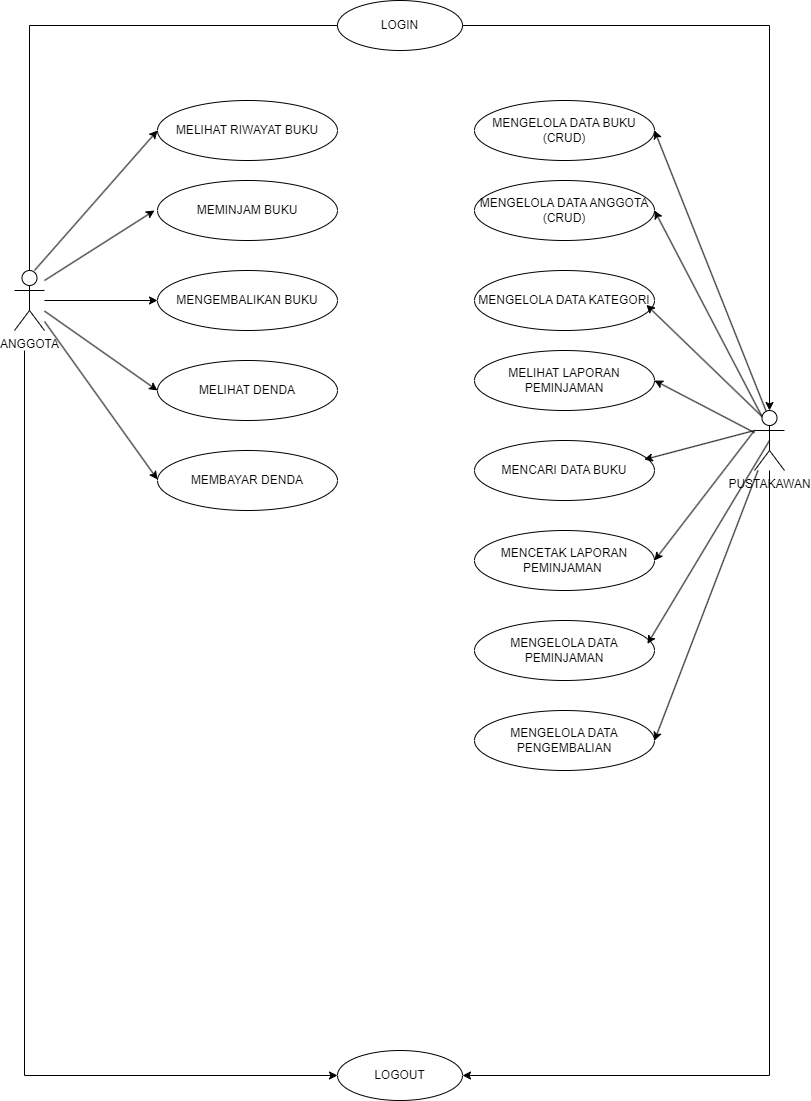
The draw.io diagram usecaseperpus.drawio.png in dheanaura/usecasediagram, before a commit. Source tidied: cells renumbered, new cells last; positions are measured from the earlier drawing's top-left corner, leaving out a move shared by most shapes.
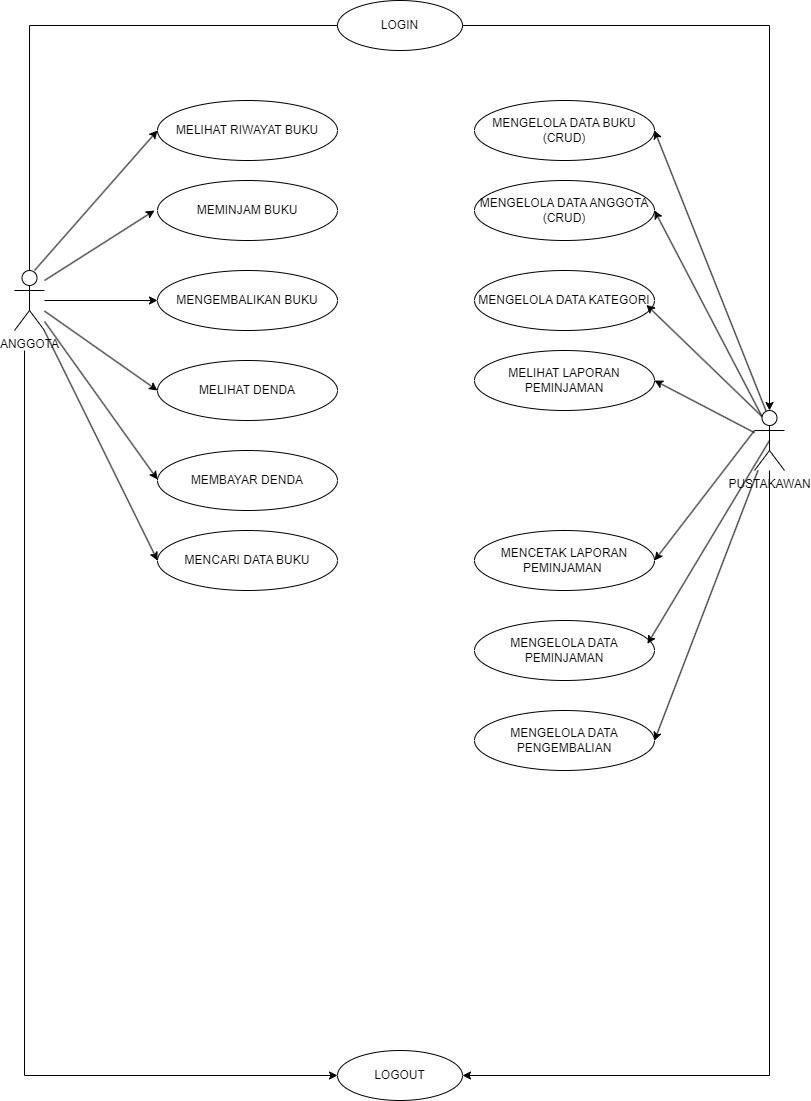
Above is the later version.

Change to the diagram source:
```diff
@@ -63,7 +63,7 @@
       <mxGeometry x="460" y="350" width="180" height="60" as="geometry" />
     </mxCell>
     <mxCell id="19" value="MENCARI DATA BUKU" style="ellipse;whiteSpace=wrap;html=1;" parent="1" vertex="1">
-      <mxGeometry x="460" y="440" width="180" height="60" as="geometry" />
+      <mxGeometry x="143" y="530" width="180" height="60" as="geometry" />
     </mxCell>
     <mxCell id="20" style="endArrow=classic;html=1;rounded=0;exitX=0.578;exitY=0.251;exitDx=0;exitDy=0;exitPerimeter=0;entryX=1;entryY=0.5;entryDx=0;entryDy=0;" parent="1" edge="1" source="30" target="14">
       <mxGeometry relative="1" as="geometry" />
@@ -74,9 +74,6 @@
     <mxCell id="22" style="endArrow=classic;html=1;rounded=0;entryX=1;entryY=0.5;entryDx=0;entryDy=0;" parent="1" edge="1" source="30" target="18">
       <mxGeometry relative="1" as="geometry" />
     </mxCell>
-    <mxCell id="23" style="endArrow=classic;html=1;rounded=0;exitX=0;exitY=0.3333333333333333;exitDx=0;exitDy=0;exitPerimeter=0;entryX=0.943;entryY=0.318;entryDx=0;entryDy=0;entryPerimeter=0;" parent="1" edge="1" source="30" target="19">
-      <mxGeometry relative="1" as="geometry" />
-    </mxCell>
     <mxCell id="24" value="LOGOUT" style="ellipse;whiteSpace=wrap;html=1;" parent="1" vertex="1">
       <mxGeometry x="323" y="1050" width="125" height="50" as="geometry" />
     </mxCell>
@@ -124,5 +121,8 @@
         <mxPoint x="20" y="270" as="sourcePoint" />
       </mxGeometry>
     </mxCell>
+    <mxCell id="36" style="endArrow=classic;html=1;rounded=0;entryX=0;entryY=0.5;entryDx=0;entryDy=0;" parent="1" edge="1" source="3" target="19">
+      <mxGeometry relative="1" as="geometry" />
+    </mxCell>
   </root>
 </mxGraphModel>
```
